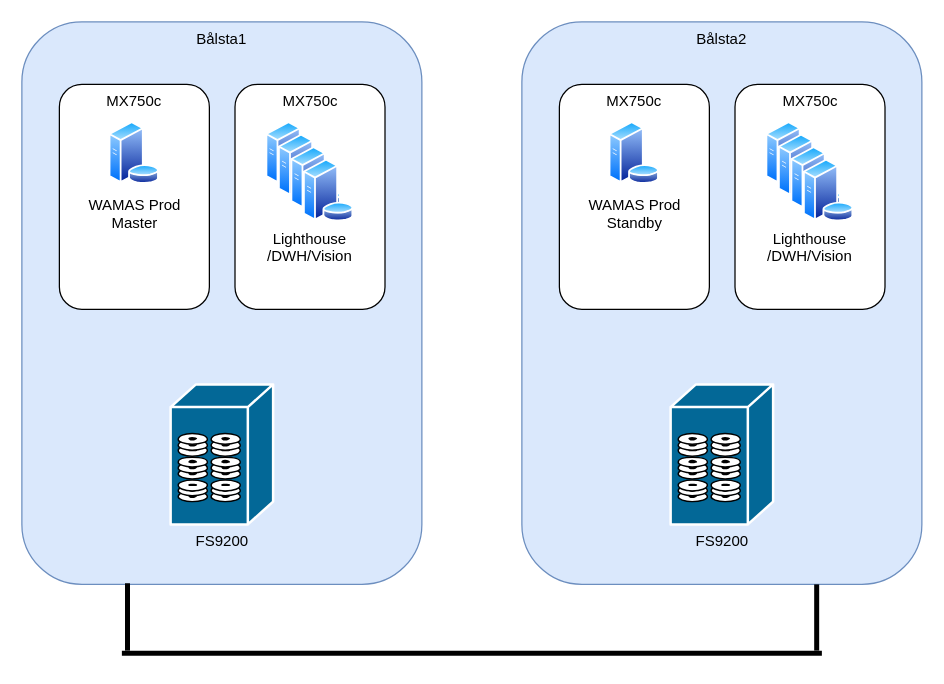
lhirdman/log4 keeps this draw.io diagram as overview.drawio. Above is the earlier version. Source tidied: cells renumbered, new cells numbered last; positions are measured from the earlier drawing's top-left corner, leaving out a move shared by most shapes. Both pictures are drawn from the tidied source at 125%, with x=0, y=0 at pixel (21, 21).
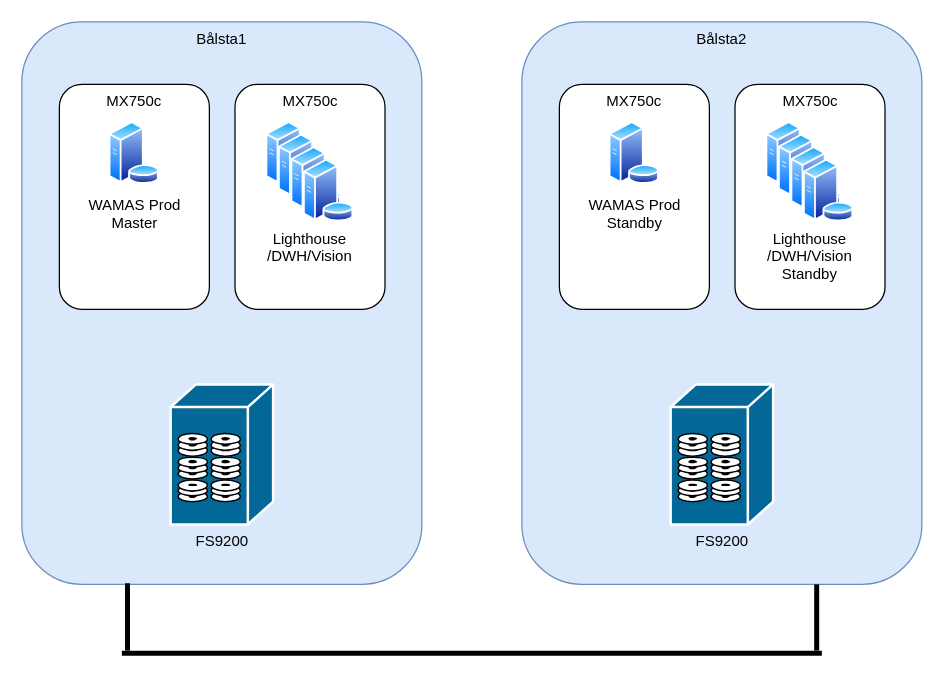
The same diagram, later.

Change to the diagram source:
```diff
@@
-    <mxCell id="17" value="Lighthouse&#10;/DWH/Vision" style="group;verticalAlign=top;labelPosition=center;verticalLabelPosition=bottom;align=center;" parent="1" vertex="1">
+    <mxCell id="17" value="Lighthouse&#10;/DWH/Vision&#10;Standby" style="group;verticalAlign=top;labelPosition=center;verticalLabelPosition=bottom;align=center;" parent="1" vertex="1">
       <mxGeometry x="595" y="80" width="71" height="80" as="geometry" />
     </mxCell>
```
